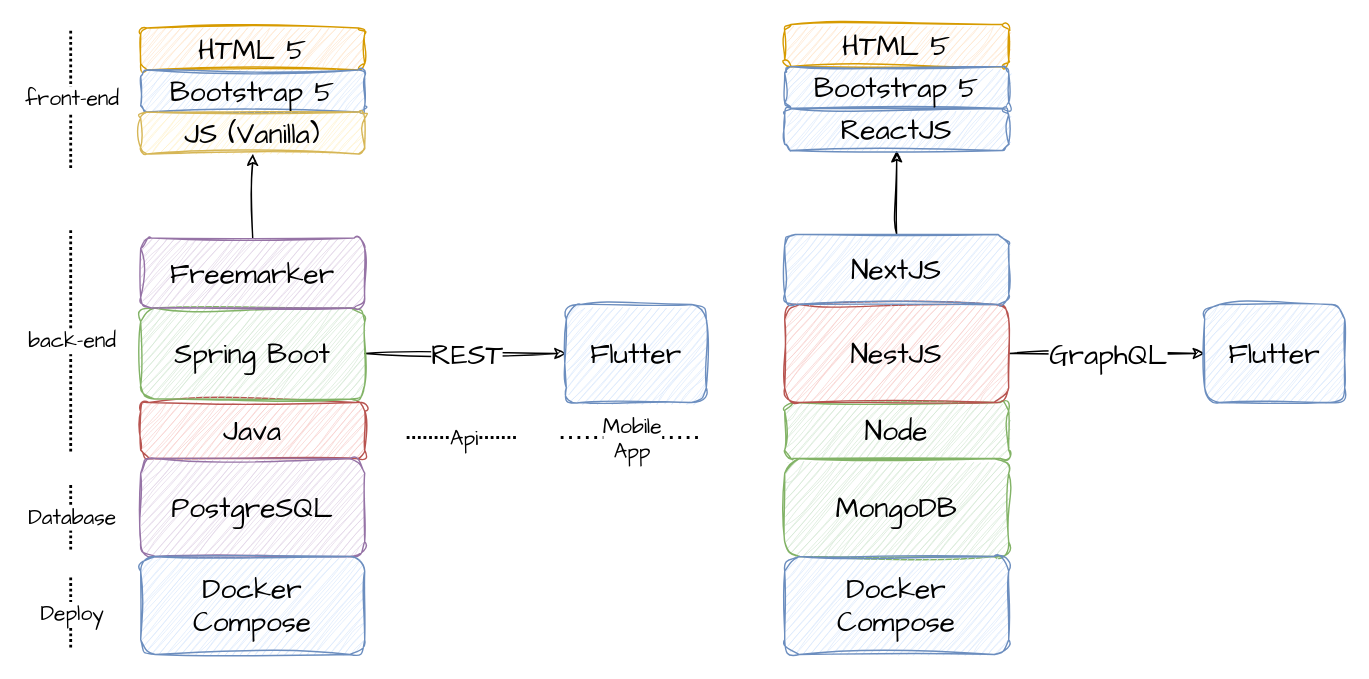
The draw.io diagram page "Página-3" (3 of 3) of doc/fichaje.drawio in alexrcas/fichaje, before the edit. Source tidied: cells renumbered, new cells numbered last; positions are measured from the earlier drawing's top-left corner, leaving out a move shared by most shapes. Both pictures are drawn from the tidied source at 140%, with x=0, y=0 at pixel (70, 24).
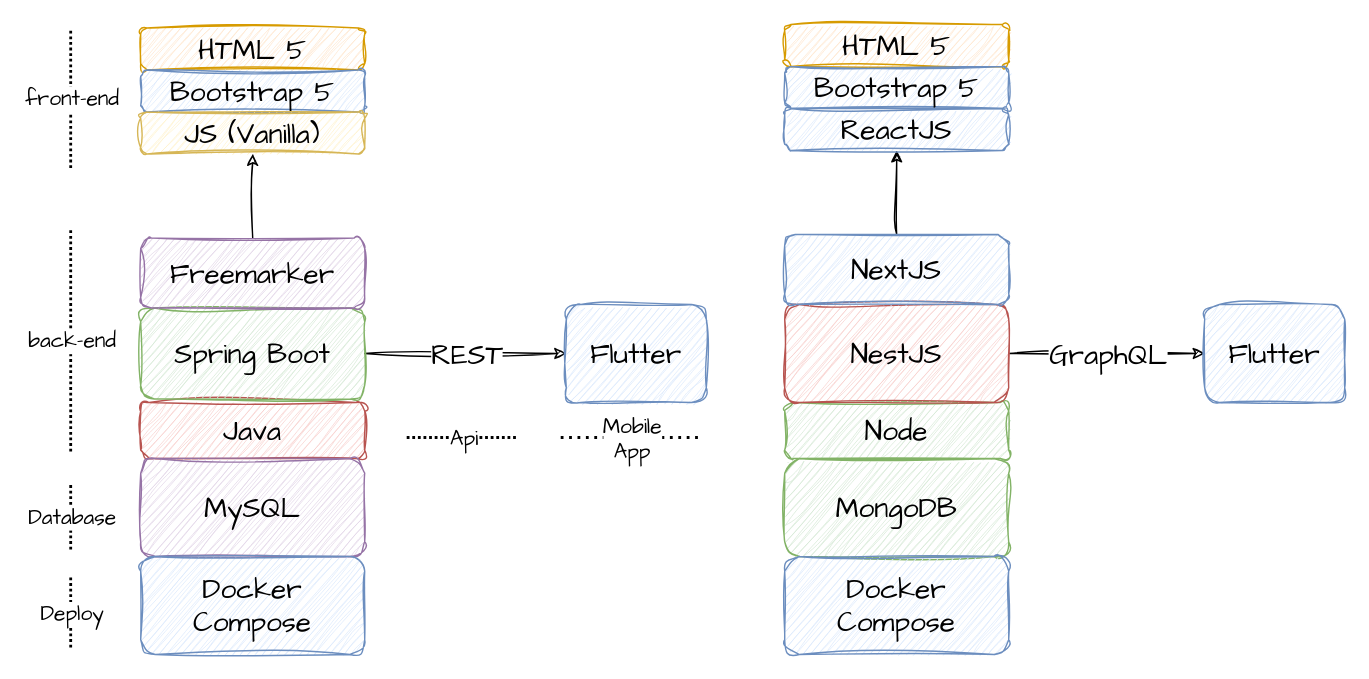
After the change.

Change to the diagram source:
```diff
@@
-    <mxCell id="3" value="PostgreSQL" style="rounded=1;whiteSpace=wrap;html=1;sketch=1;hachureGap=4;jiggle=2;curveFitting=1;fontFamily=Architects Daughter;fontSize=20;fillColor=#e1d5e7;strokeColor=#9673a6;" parent="1" vertex="1">
+    <mxCell id="3" value="MySQL" style="rounded=1;whiteSpace=wrap;html=1;sketch=1;hachureGap=4;jiggle=2;curveFitting=1;fontFamily=Architects Daughter;fontSize=20;fillColor=#e1d5e7;strokeColor=#9673a6;" parent="1" vertex="1">
       <mxGeometry x="50" y="310" width="160" height="70" as="geometry" />
     </mxCell>
```
